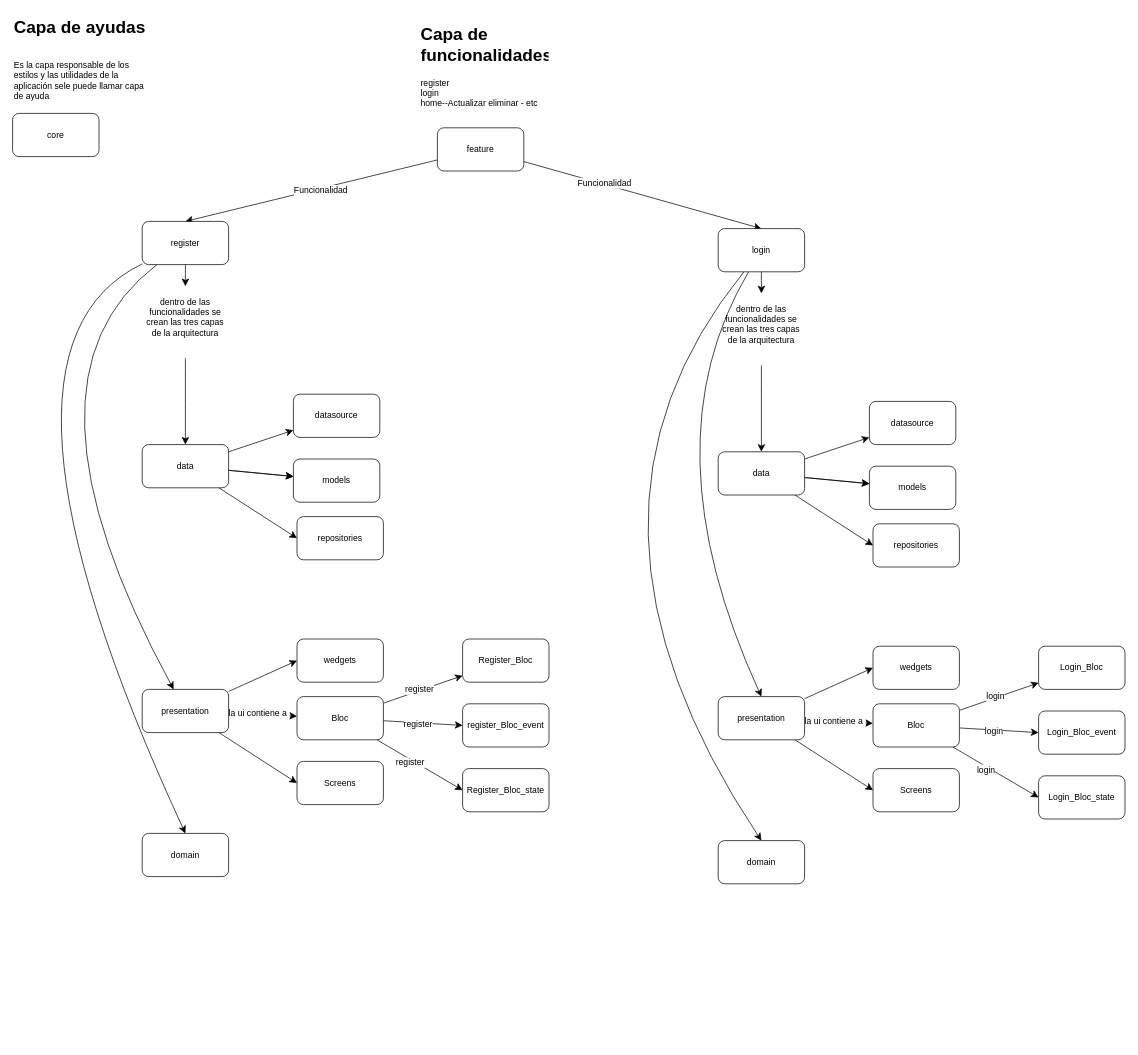
The draw.io diagram Diagrama_bloc_ClnArquiteture_Flutter.drawio in EstebanGitPro/Digramas, before the edit. Source tidied: cells renumbered, new cells numbered last; positions are measured from the earlier drawing's top-left corner, leaving out a move shared by most shapes. Both pictures are drawn from the tidied source at 72%, with x=0, y=0 at pixel (-38, 12).
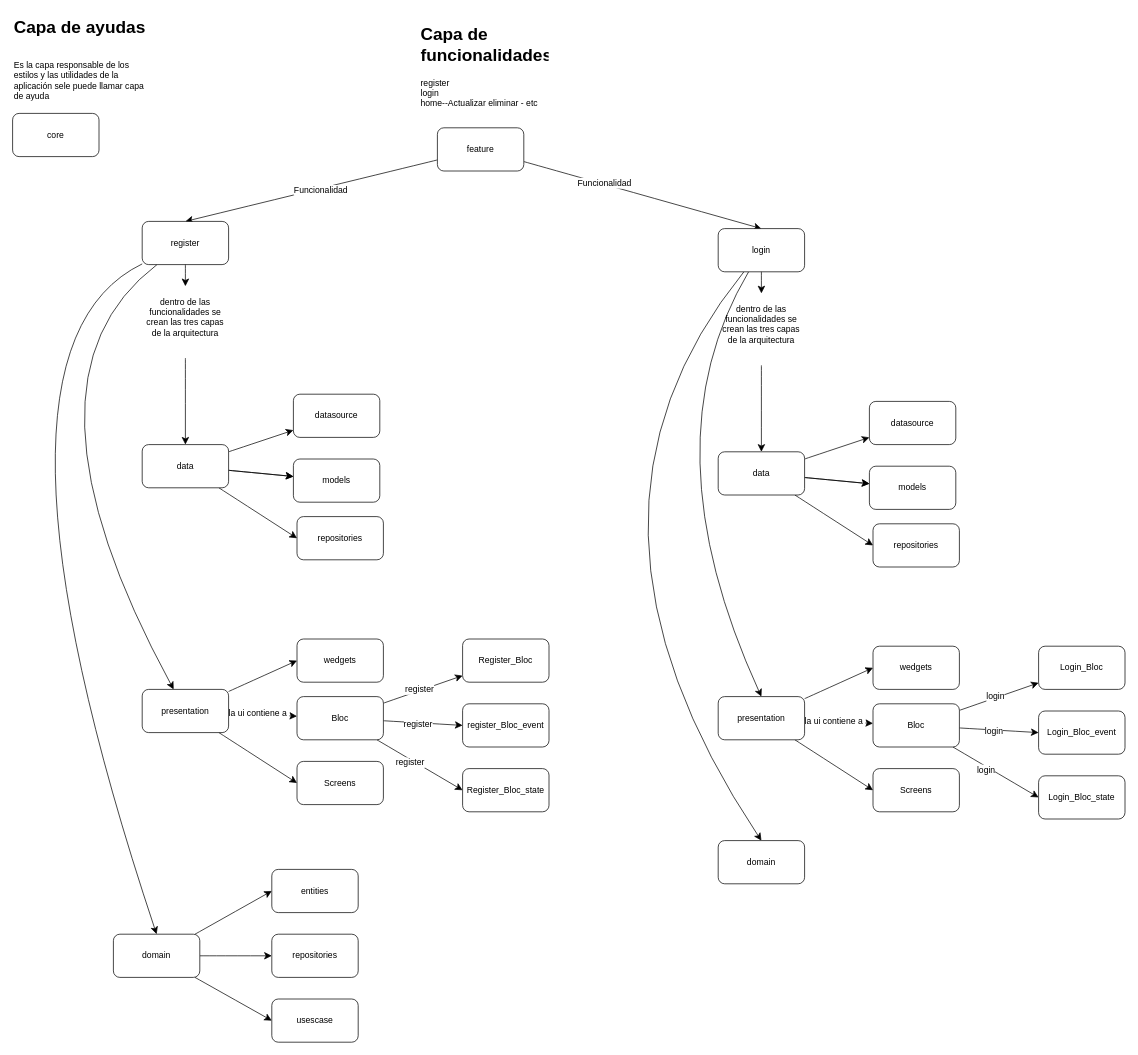
Above is the later version.

What changed in the source:
```diff
@@
+    <mxCell id="74" style="edgeStyle=none;curved=1;rounded=0;jettySize=auto;html=1;entryX=0;entryY=0.5;entryDx=0;entryDy=0;fontSize=12;startSize=8;endSize=8;" parent="1" edge="1" source="26" target="77">
+      <mxGeometry relative="1" as="geometry" />
+    </mxCell>
+    <mxCell id="75" style="edgeStyle=none;curved=1;rounded=0;jettySize=auto;html=1;entryX=0;entryY=0.5;entryDx=0;entryDy=0;fontSize=12;startSize=8;endSize=8;" parent="1" edge="1" source="26" target="78">
+      <mxGeometry relative="1" as="geometry" />
+    </mxCell>
+    <mxCell id="76" style="edgeStyle=none;curved=1;rounded=0;jettySize=auto;html=1;entryX=0;entryY=0.5;entryDx=0;entryDy=0;fontSize=12;startSize=8;endSize=8;" parent="1" edge="1" source="26" target="79">
+      <mxGeometry relative="1" as="geometry" />
+    </mxCell>
     <mxCell id="26" value="domain" style="rounded=1;whiteSpace=wrap;html=1;" parent="1" vertex="1">
-      <mxGeometry x="250" y="1140" width="120" height="60" as="geometry" />
+      <mxGeometry x="210" y="1280" width="120" height="60" as="geometry" />
     </mxCell>
@@
+    <mxCell id="77" value="entities" style="rounded=1;whiteSpace=wrap;html=1;" parent="1" vertex="1">
+      <mxGeometry x="430" y="1190" width="120" height="60" as="geometry" />
+    </mxCell>
+    <mxCell id="78" value="repositories" style="rounded=1;whiteSpace=wrap;html=1;" parent="1" vertex="1">
+      <mxGeometry x="430" y="1280" width="120" height="60" as="geometry" />
+    </mxCell>
+    <mxCell id="79" value="usescase" style="rounded=1;whiteSpace=wrap;html=1;" parent="1" vertex="1">
+      <mxGeometry x="430" y="1370" width="120" height="60" as="geometry" />
+    </mxCell>
```
